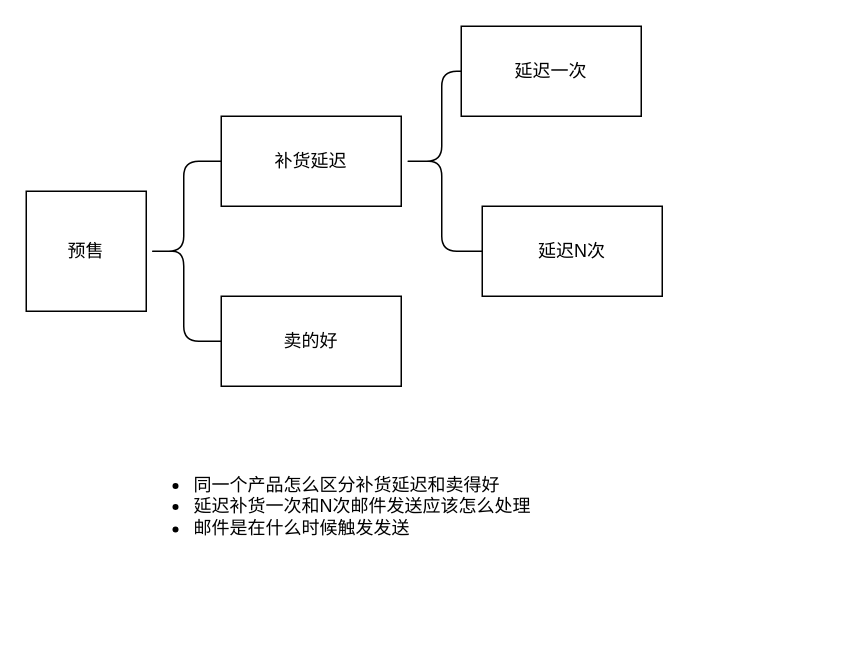
Before: 补货延迟发货.drawio in ybjecho/ybj.github.io, a draw.io diagram. Source tidied: cells renumbered, new cells numbered last; positions are measured from the earlier drawing's top-left corner, leaving out a move shared by most shapes. Both pictures are drawn from the tidied source at 150%, with x=0, y=0 at pixel (26, 26).
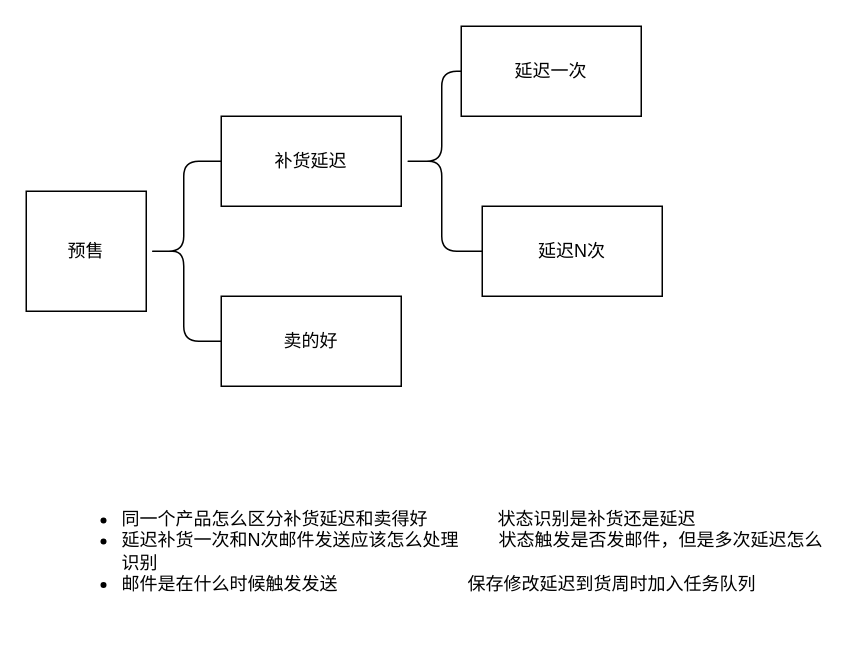
Above is the later version.

Commit message (it also covers changes not shown here):
更新补货延迟发货.drawio

Change to the diagram source:
```diff
@@
 <mxGraphModel>
   <root>
     <mxCell id="0" />
     <mxCell id="1" parent="0" />
     <mxCell id="2" value="预售" style="whiteSpace=wrap;html=1;" parent="1" vertex="1">
       <mxGeometry y="110" width="80" height="80" as="geometry" />
     </mxCell>
     <mxCell id="3" style="shape=curlyBracket;whiteSpace=wrap;html=1;rounded=1;" parent="1" vertex="1">
       <mxGeometry x="80" y="90" width="50" height="120" as="geometry" />
     </mxCell>
     <mxCell id="4" value="补货延迟" style="rounded=0;whiteSpace=wrap;html=1;" parent="1" vertex="1">
       <mxGeometry x="130" y="60" width="120" height="60" as="geometry" />
     </mxCell>
     <mxCell id="5" value="卖的好" style="rounded=0;whiteSpace=wrap;html=1;" parent="1" vertex="1">
       <mxGeometry x="130" y="180" width="120" height="60" as="geometry" />
     </mxCell>
     <mxCell id="6" style="shape=curlyBracket;whiteSpace=wrap;html=1;rounded=1;" parent="1" vertex="1">
       <mxGeometry x="250" y="30" width="54" height="120" as="geometry" />
     </mxCell>
     <mxCell id="7" value="延迟一次" style="rounded=0;whiteSpace=wrap;html=1;" parent="1" vertex="1">
       <mxGeometry x="290" width="120" height="60" as="geometry" />
     </mxCell>
     <mxCell id="8" value="&lt;span&gt;延迟N次&lt;/span&gt;" style="rounded=0;whiteSpace=wrap;html=1;" parent="1" vertex="1">
       <mxGeometry x="304" y="120" width="120" height="60" as="geometry" />
     </mxCell>
-    <mxCell id="9" value="&lt;ul&gt;&lt;li&gt;同一个产品怎么区分补货延迟和卖得好&lt;/li&gt;&lt;li&gt;延迟补货一次和N次邮件发送应该怎么处理&lt;/li&gt;&lt;li&gt;邮件是在什么时候触发发送&lt;/li&gt;&lt;/ul&gt;" style="text;strokeColor=none;fillColor=none;html=1;whiteSpace=wrap;verticalAlign=middle;overflow=hidden;" parent="1" vertex="1">
-      <mxGeometry x="70" y="280" width="310" height="80" as="geometry" />
+    <mxCell id="9" value="&lt;ul&gt;&lt;li&gt;同一个产品怎么区分补货延迟和卖得好&amp;nbsp; &amp;nbsp; &amp;nbsp; &amp;nbsp; &amp;nbsp; &amp;nbsp; &amp;nbsp; 状态识别是补货还是延迟&amp;nbsp; &amp;nbsp;&lt;/li&gt;&lt;li&gt;延迟补货一次和N次邮件发送应该怎么处理&amp;nbsp; &amp;nbsp; &amp;nbsp; &amp;nbsp; 状态触发是否发邮件，但是多次延迟怎么识别&lt;/li&gt;&lt;li&gt;邮件是在什么时候触发发送&amp;nbsp; &amp;nbsp; &amp;nbsp; &amp;nbsp; &amp;nbsp; &amp;nbsp; &amp;nbsp; &amp;nbsp; &amp;nbsp; &amp;nbsp; &lt;span style=&quot;white-space: pre&quot;&gt; &lt;/span&gt;&lt;span style=&quot;white-space: pre&quot;&gt; &lt;/span&gt;&amp;nbsp; &amp;nbsp; 保存修改延迟到货周时加入任务队列&lt;/li&gt;&lt;/ul&gt;" style="text;strokeColor=none;fillColor=none;html=1;whiteSpace=wrap;verticalAlign=middle;overflow=hidden;fontColor=default;" parent="1" vertex="1">
+      <mxGeometry x="22" y="290" width="510" height="120" as="geometry" />
     </mxCell>
   </root>
 </mxGraphModel>
```
